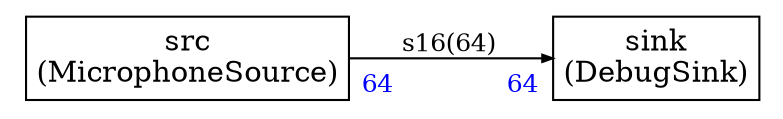
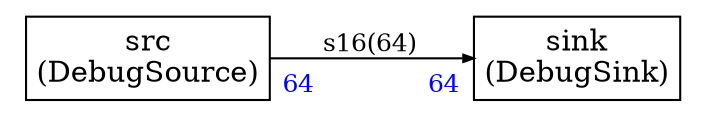






digraph structs {
    bgcolor = "white"
    node [shape=plaintext,color="black",fontcolor="black",fontname="Times-Roman"]
    rankdir=LR
    edge [arrowsize="0.5",color="black",fontcolor="black",fontname="Times-Roman"]


sink [label=<
<TABLE color="black" bgcolor="none" BORDER="0" CELLBORDER="1" CELLSPACING="0" CELLPADDING="4">
  <TR>
    <TD ALIGN="CENTER" PORT="i"><FONT COLOR="black" POINT-SIZE="14.0">sink<BR/>(DebugSink)</FONT></TD>
  </TR>
</TABLE>>];

src [label=<
<TABLE color="black" bgcolor="none" BORDER="0" CELLBORDER="1" CELLSPACING="0" CELLPADDING="4">
  <TR>
-     <TD ALIGN="CENTER" PORT="i"><FONT COLOR="black" POINT-SIZE="14.0">src<BR/>(MicrophoneSource)</FONT></TD>
+     <TD ALIGN="CENTER" PORT="i"><FONT COLOR="black" POINT-SIZE="14.0">src<BR/>(DebugSource)</FONT></TD>
  </TR>
</TABLE>>];



src:i -> sink:i [style="solid",color="black",fontsize="12.0",fontcolor="black",label=<s16(64)>
,headlabel=<<TABLE BORDER="0" CELLPADDING="4"><TR><TD><FONT COLOR="blue" POINT-SIZE="12.0" >64</FONT>
</TD></TR></TABLE>>
,taillabel=<<TABLE BORDER="0" CELLPADDING="4"><TR><TD><FONT COLOR="blue" POINT-SIZE="12.0" >64</FONT>
</TD></TR></TABLE>>]




}
